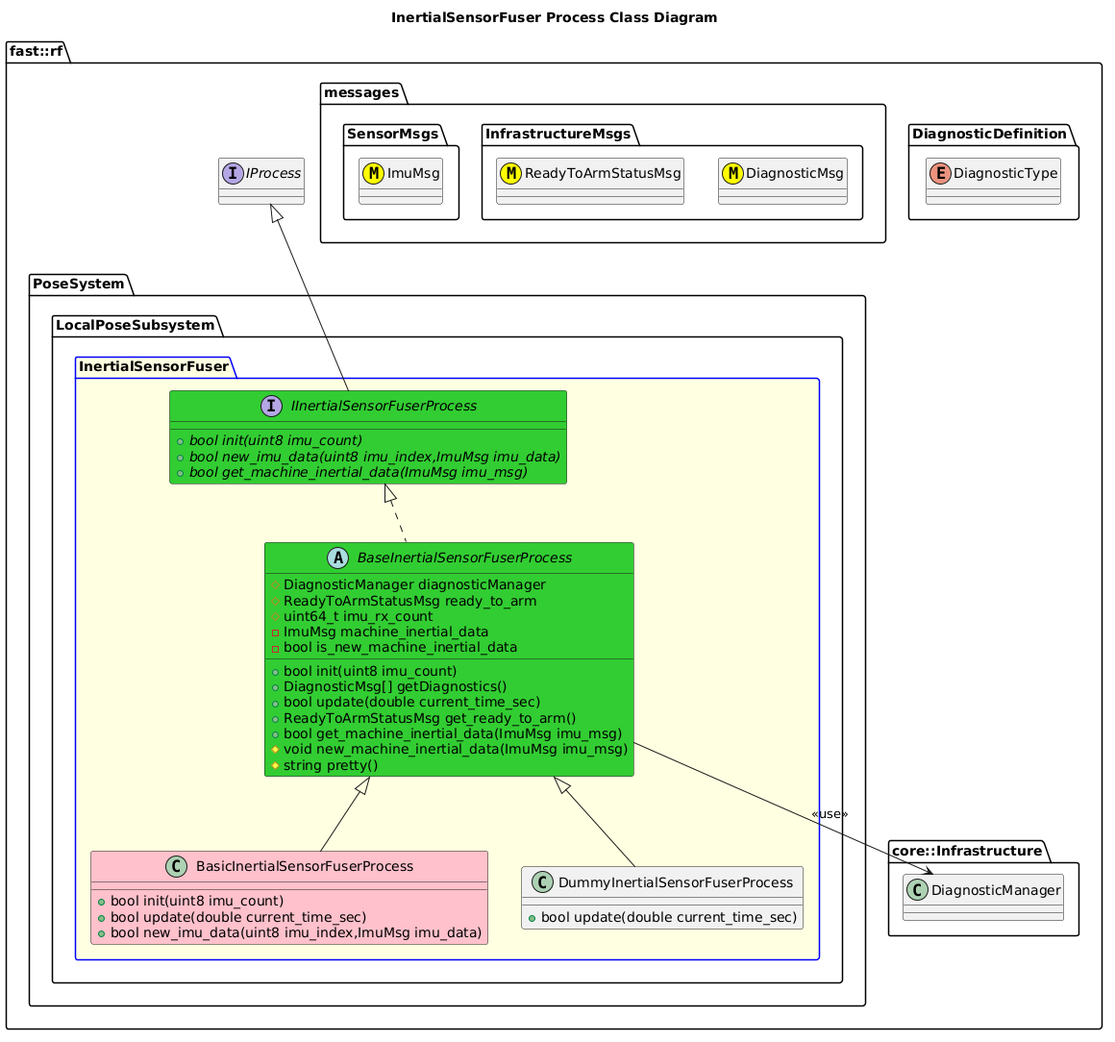
The PlantUML diagram Systems/Pose/Subsystems/LocalPose/Processes/InertialSensorFuser/doc/puml/InertialSensorFuserProcessClassDiagram.png in fastrobotics/robot_framework, before a commit.
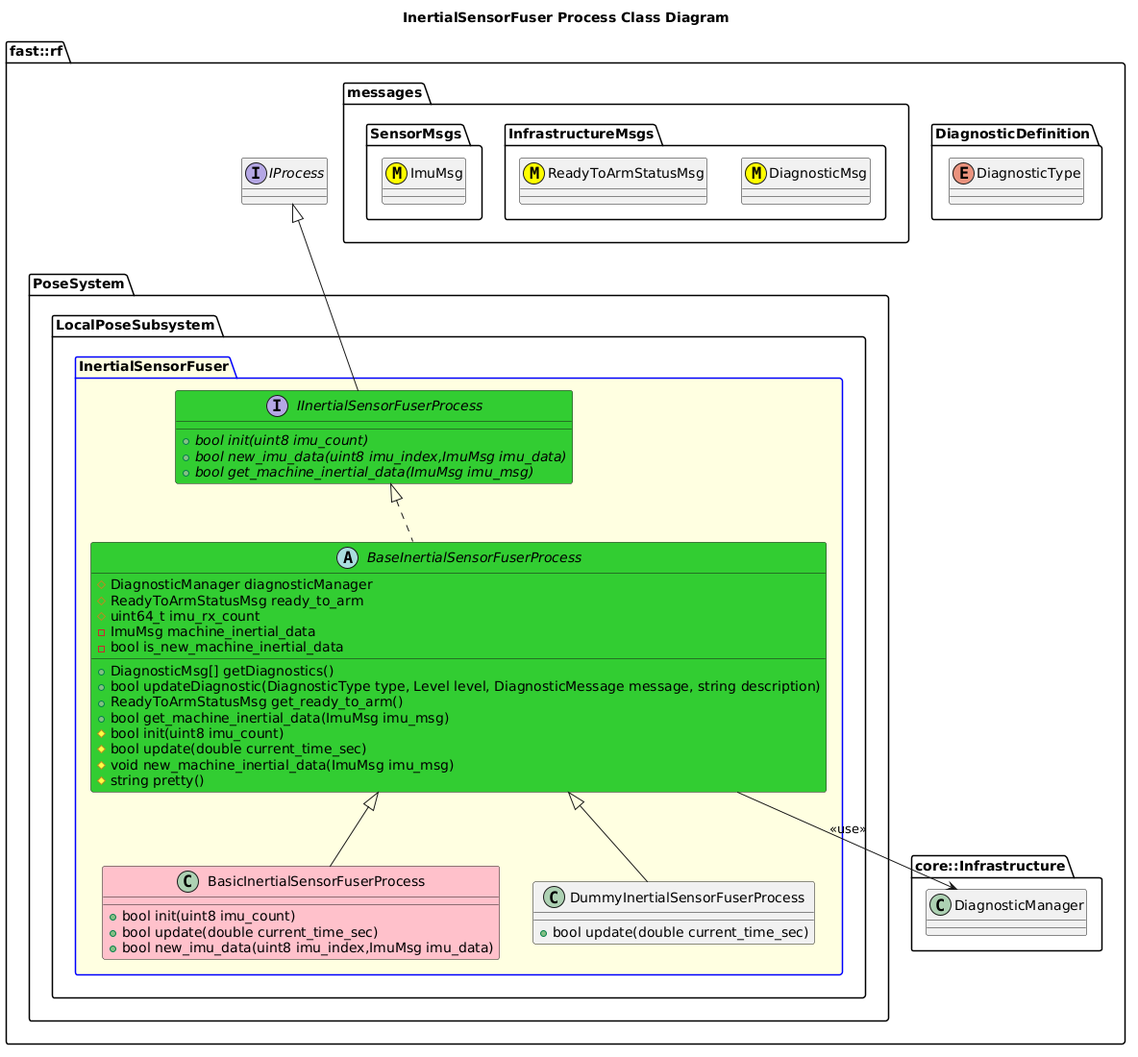
Above is the later version.

The edit, as a diff of the source:
```diff
@@ -2,7 +2,6 @@
 title InertialSensorFuser Process Class Diagram
 
 namespace fast::rf {
-  interface IProcess
   namespace DiagnosticDefinition {
     enum DiagnosticType
   }
@@ -18,6 +17,7 @@
   namespace core::Infrastructure {
     class DiagnosticManager
   }
+  interface IProcess
   namespace PoseSystem {
     namespace LocalPoseSubsystem {
       package InertialSensorFuser #LightYellow;line:blue {
@@ -28,11 +28,12 @@
         }
         IInertialSensorFuserProcess -up-|> IProcess
         abstract BaseInertialSensorFuserProcess #LimeGreen {
-          +bool init(uint8 imu_count)
           +DiagnosticMsg[] getDiagnostics()
-          +bool update(double current_time_sec)
+          +bool updateDiagnostic(DiagnosticType type, Level level, DiagnosticMessage message, string description)
           +ReadyToArmStatusMsg get_ready_to_arm()
           +bool get_machine_inertial_data(ImuMsg imu_msg)
+	  #bool init(uint8 imu_count)
+	  #bool update(double current_time_sec)
           #void new_machine_inertial_data(ImuMsg imu_msg)
           #string pretty()
           #DiagnosticManager diagnosticManager
```
